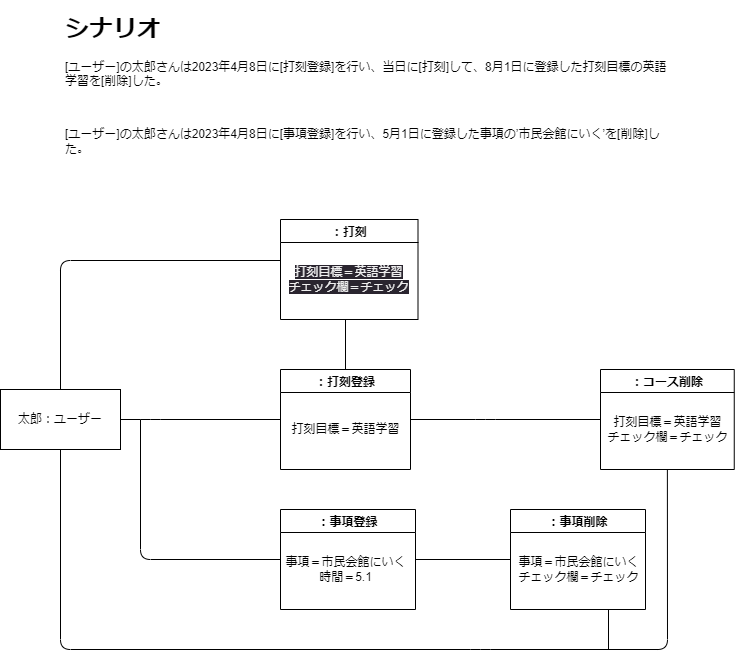
This is Object-2.drawio.png from Hu-Hanxu/First-App-Self-Management-, a draw.io export, as it was before one commit. Source tidied: cells renumbered, new cells last; positions are measured from the earlier drawing's top-left corner, leaving out a move shared by most shapes. Source of this version:
```xml
<mxGraphModel>
  <root>
    <mxCell id="0" />
    <mxCell id="1" parent="0" />
    <mxCell id="2" value="&lt;h1&gt;シナリオ&lt;/h1&gt;&lt;p&gt;[ユーザー]の太郎さんは2023年4月8日に[打刻登録]を行い、当日に[打刻]して、8月1日に登録した打刻目標の英語学習を[削除]した。&lt;/p&gt;&lt;p&gt;&lt;br&gt;&lt;/p&gt;&lt;p&gt;[ユーザー]の太郎さんは2023年4月8日に[事項登録]を行い、5月1日に登録した事項の’市民会館にいく’を[削除]した。&lt;br&gt;&lt;/p&gt;&lt;p&gt;&lt;br&gt;&lt;/p&gt;" style="text;html=1;strokeColor=none;fillColor=none;spacing=5;spacingTop=-20;whiteSpace=wrap;overflow=hidden;rounded=0;" parent="1" vertex="1">
      <mxGeometry x="60" width="610" height="200" as="geometry" />
    </mxCell>
    <mxCell id="3" value="：事項登録" style="swimlane;startSize=23;" parent="1" vertex="1">
      <mxGeometry x="280" y="500" width="135" height="100" as="geometry" />
    </mxCell>
    <mxCell id="4" value="事項＝市民会館にいく&lt;br&gt;時間＝5.1" style="text;html=1;align=center;verticalAlign=middle;strokeColor=none;fillColor=none;" parent="3" vertex="1">
      <mxGeometry x="-5" y="40" width="140" height="40" as="geometry" />
    </mxCell>
    <mxCell id="5" value="：打刻登録" style="swimlane;startSize=23;" parent="1" vertex="1">
      <mxGeometry x="280" y="360" width="130" height="100" as="geometry" />
    </mxCell>
    <mxCell id="6" value="打刻目標＝英語学習" style="text;html=1;align=center;verticalAlign=middle;strokeColor=none;fillColor=none;" parent="5" vertex="1">
      <mxGeometry y="45" width="130" height="30" as="geometry" />
    </mxCell>
    <mxCell id="7" style="endArrow=none;html=1;entryX=0;entryY=0.5;entryDx=0;entryDy=0;" parent="1" edge="1" target="3">
      <mxGeometry relative="1" as="geometry">
        <mxPoint x="140" y="410" as="sourcePoint" />
        <Array as="points">
          <mxPoint x="140" y="550" />
        </Array>
      </mxGeometry>
    </mxCell>
    <mxCell id="8" style="endArrow=none;html=1;exitX=1;exitY=0.5;exitDx=0;exitDy=0;entryX=0;entryY=0.5;entryDx=0;entryDy=0;" parent="1" edge="1" source="13" target="5">
      <mxGeometry relative="1" as="geometry">
        <Array as="points">
          <mxPoint x="150" y="410" />
        </Array>
      </mxGeometry>
    </mxCell>
    <mxCell id="9" value="：コース削除" style="swimlane;startSize=23;" parent="1" vertex="1">
      <mxGeometry x="600" y="360" width="133.8" height="100" as="geometry" />
    </mxCell>
    <mxCell id="10" value="打刻目標＝英語学習&lt;br&gt;チェック欄＝チェック" style="text;html=1;align=center;verticalAlign=middle;strokeColor=none;fillColor=none;" parent="9" vertex="1">
      <mxGeometry x="-3.1" y="40" width="140" height="40" as="geometry" />
    </mxCell>
    <mxCell id="11" style="endArrow=none;html=1;entryX=0;entryY=0.5;entryDx=0;entryDy=0;exitX=1;exitY=0.5;exitDx=0;exitDy=0;" parent="1" edge="1" source="5" target="9">
      <mxGeometry relative="1" as="geometry">
        <Array as="points">
          <mxPoint x="485" y="410" />
        </Array>
      </mxGeometry>
    </mxCell>
    <mxCell id="12" style="endArrow=none;html=1;exitX=0.5;exitY=1;exitDx=0;exitDy=0;entryX=0.5;entryY=1;entryDx=0;entryDy=0;" parent="1" edge="1" source="9" target="13">
      <mxGeometry relative="1" as="geometry">
        <Array as="points">
          <mxPoint x="667" y="640" />
          <mxPoint x="480" y="640" />
          <mxPoint x="60" y="640" />
        </Array>
      </mxGeometry>
    </mxCell>
    <mxCell id="13" value="太郎：ユーザー" style="rounded=0;whiteSpace=wrap;html=1;" parent="1" vertex="1">
      <mxGeometry y="380" width="120" height="60" as="geometry" />
    </mxCell>
    <mxCell id="14" value="：打刻" style="swimlane;startSize=23;" parent="1" vertex="1">
      <mxGeometry x="280" y="210" width="137.5" height="100" as="geometry" />
    </mxCell>
    <mxCell id="15" value="&lt;span style=&quot;color: rgb(240, 240, 240); font-family: Helvetica; font-size: 12px; font-style: normal; font-variant-ligatures: normal; font-variant-caps: normal; font-weight: 400; letter-spacing: normal; orphans: 2; text-align: center; text-indent: 0px; text-transform: none; widows: 2; word-spacing: 0px; -webkit-text-stroke-width: 0px; background-color: rgb(42, 37, 47); text-decoration-thickness: initial; text-decoration-style: initial; text-decoration-color: initial; float: none; display: inline !important;&quot;&gt;打刻目標＝英語学習&lt;/span&gt;&lt;br style=&quot;border-color: rgb(0, 0, 0); color: rgb(240, 240, 240); font-family: Helvetica; font-size: 12px; font-style: normal; font-variant-ligatures: normal; font-variant-caps: normal; font-weight: 400; letter-spacing: normal; orphans: 2; text-align: center; text-indent: 0px; text-transform: none; widows: 2; word-spacing: 0px; -webkit-text-stroke-width: 0px; background-color: rgb(42, 37, 47); text-decoration-thickness: initial; text-decoration-style: initial; text-decoration-color: initial;&quot;&gt;&lt;span style=&quot;color: rgb(240, 240, 240); font-family: Helvetica; font-size: 12px; font-style: normal; font-variant-ligatures: normal; font-variant-caps: normal; font-weight: 400; letter-spacing: normal; orphans: 2; text-align: center; text-indent: 0px; text-transform: none; widows: 2; word-spacing: 0px; -webkit-text-stroke-width: 0px; background-color: rgb(42, 37, 47); text-decoration-thickness: initial; text-decoration-style: initial; text-decoration-color: initial; float: none; display: inline !important;&quot;&gt;チェック欄＝チェック&lt;/span&gt;" style="text;html=1;align=center;verticalAlign=middle;points=[];strokeColor=none;fillColor=none;" parent="14" vertex="1">
      <mxGeometry x="-2.5" y="40" width="140" height="40" as="geometry" />
    </mxCell>
    <mxCell id="16" value="：事項削除" style="swimlane;startSize=23;" parent="1" vertex="1">
      <mxGeometry x="510" y="500" width="135" height="100" as="geometry" />
    </mxCell>
    <mxCell id="17" value="事項＝市民会館にいく&lt;br&gt;チェック欄＝チェック" style="text;html=1;align=center;verticalAlign=middle;strokeColor=none;fillColor=none;" parent="16" vertex="1">
      <mxGeometry x="-2.5" y="40" width="140" height="40" as="geometry" />
    </mxCell>
    <mxCell id="18" style="endArrow=none;html=1;" parent="1" edge="1">
      <mxGeometry relative="1" as="geometry">
        <mxPoint x="608" y="640" as="sourcePoint" />
        <mxPoint x="608" y="600" as="targetPoint" />
      </mxGeometry>
    </mxCell>
    <mxCell id="19" style="endArrow=none;html=1;exitX=1;exitY=0.5;exitDx=0;exitDy=0;" parent="1" edge="1" source="3">
      <mxGeometry relative="1" as="geometry">
        <mxPoint x="510" y="550" as="targetPoint" />
      </mxGeometry>
    </mxCell>
    <mxCell id="20" style="endArrow=none;html=1;exitX=0.5;exitY=0;exitDx=0;exitDy=0;entryX=0.017;entryY=0.025;entryDx=0;entryDy=0;entryPerimeter=0;" parent="1" edge="1" source="13" target="15">
      <mxGeometry relative="1" as="geometry">
        <Array as="points">
          <mxPoint x="60" y="251" />
        </Array>
      </mxGeometry>
    </mxCell>
    <mxCell id="21" style="endArrow=none;html=1;exitX=0.5;exitY=0;exitDx=0;exitDy=0;" parent="1" edge="1" source="5">
      <mxGeometry relative="1" as="geometry">
        <mxPoint x="345" y="310" as="targetPoint" />
      </mxGeometry>
    </mxCell>
  </root>
</mxGraphModel>
```
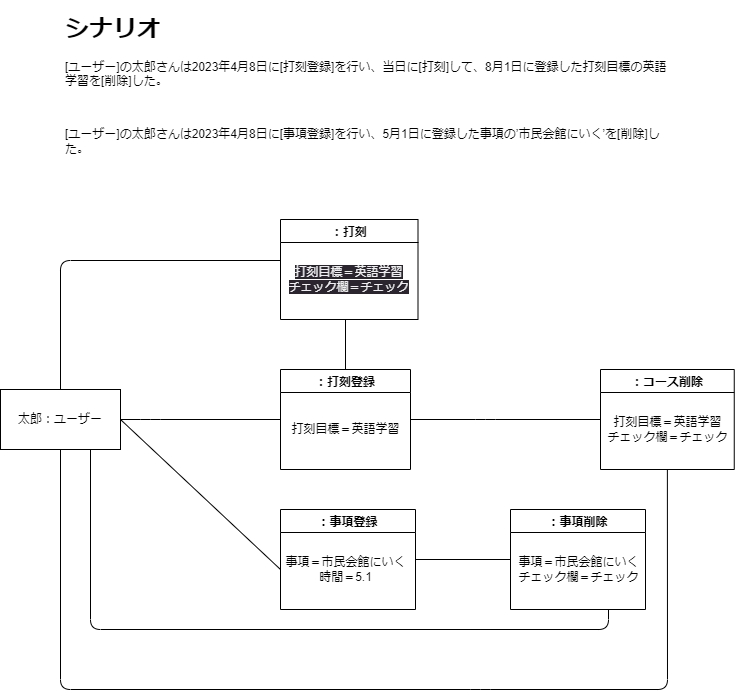
The same diagram one commit later.

What changed in the source:
```diff
@@ -17,14 +17,6 @@
     <mxCell id="6" value="打刻目標＝英語学習" style="text;html=1;align=center;verticalAlign=middle;strokeColor=none;fillColor=none;" parent="5" vertex="1">
       <mxGeometry y="45" width="130" height="30" as="geometry" />
     </mxCell>
-    <mxCell id="7" style="endArrow=none;html=1;entryX=0;entryY=0.5;entryDx=0;entryDy=0;" parent="1" edge="1" target="3">
-      <mxGeometry relative="1" as="geometry">
-        <mxPoint x="140" y="410" as="sourcePoint" />
-        <Array as="points">
-          <mxPoint x="140" y="550" />
-        </Array>
-      </mxGeometry>
-    </mxCell>
     <mxCell id="8" style="endArrow=none;html=1;exitX=1;exitY=0.5;exitDx=0;exitDy=0;entryX=0;entryY=0.5;entryDx=0;entryDy=0;" parent="1" edge="1" source="13" target="5">
       <mxGeometry relative="1" as="geometry">
         <Array as="points">
@@ -48,9 +40,9 @@
     <mxCell id="12" style="endArrow=none;html=1;exitX=0.5;exitY=1;exitDx=0;exitDy=0;entryX=0.5;entryY=1;entryDx=0;entryDy=0;" parent="1" edge="1" source="9" target="13">
       <mxGeometry relative="1" as="geometry">
         <Array as="points">
-          <mxPoint x="667" y="640" />
-          <mxPoint x="480" y="640" />
-          <mxPoint x="60" y="640" />
+          <mxPoint x="667" y="680" />
+          <mxPoint x="480" y="680" />
+          <mxPoint x="60" y="680" />
         </Array>
       </mxGeometry>
     </mxCell>
@@ -69,10 +61,13 @@
     <mxCell id="17" value="事項＝市民会館にいく&lt;br&gt;チェック欄＝チェック" style="text;html=1;align=center;verticalAlign=middle;strokeColor=none;fillColor=none;" parent="16" vertex="1">
       <mxGeometry x="-2.5" y="40" width="140" height="40" as="geometry" />
     </mxCell>
-    <mxCell id="18" style="endArrow=none;html=1;" parent="1" edge="1">
+    <mxCell id="18" style="endArrow=none;html=1;exitX=0.75;exitY=1;exitDx=0;exitDy=0;" parent="1" edge="1" source="13">
       <mxGeometry relative="1" as="geometry">
-        <mxPoint x="608" y="640" as="sourcePoint" />
         <mxPoint x="608" y="600" as="targetPoint" />
+        <Array as="points">
+          <mxPoint x="90" y="620" />
+          <mxPoint x="608" y="620" />
+        </Array>
       </mxGeometry>
     </mxCell>
     <mxCell id="19" style="endArrow=none;html=1;exitX=1;exitY=0.5;exitDx=0;exitDy=0;" parent="1" edge="1" source="3">
@@ -92,5 +87,10 @@
         <mxPoint x="345" y="310" as="targetPoint" />
       </mxGeometry>
     </mxCell>
+    <mxCell id="22" style="endArrow=none;html=1;exitX=1;exitY=0.5;exitDx=0;exitDy=0;" parent="1" edge="1" source="13">
+      <mxGeometry relative="1" as="geometry">
+        <mxPoint x="280" y="560" as="targetPoint" />
+      </mxGeometry>
+    </mxCell>
   </root>
 </mxGraphModel>
```
